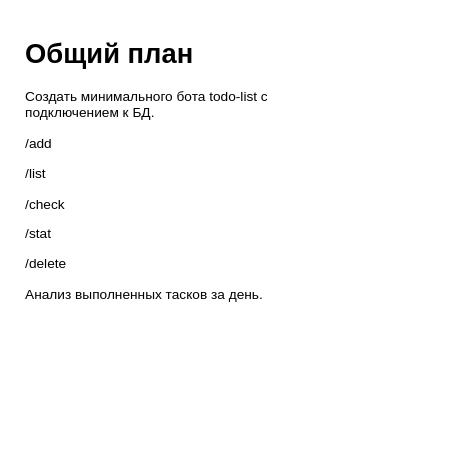
Before: page "Задача" (3 of 3) of todo-list arch.drawio in ArturGalimskyDeveloper/ToDoList, a draw.io diagram. Source tidied: cells renumbered, new cells numbered last; positions are measured from the earlier drawing's top-left corner, leaving out a move shared by most shapes. Both pictures are drawn from the tidied source at 114%, with x=0, y=0 at pixel (19, 31).
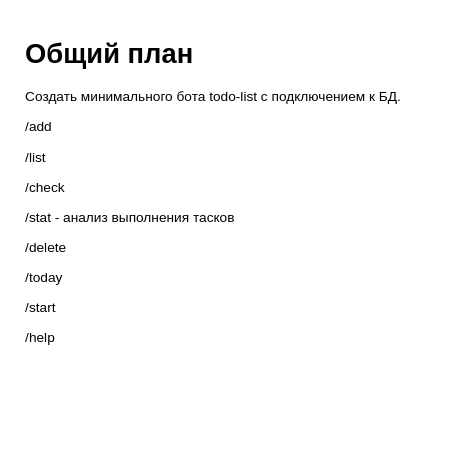
The same page after the edit.

Commit message (it also covers changes not shown here):
Alphabetical order in BotConnection, new commands Start, Help and Delete. Save and Delete methods in UserDataMapper.

Change to the diagram source:
```diff
@@
 <mxGraphModel>
   <root>
     <mxCell id="0" />
     <mxCell id="1" parent="0" />
-    <mxCell id="2" value="&lt;h1&gt;Общий план&lt;/h1&gt;&lt;p&gt;Создать минимального бота todo-list с подключением к БД.&lt;/p&gt;&lt;p&gt;/add&lt;/p&gt;&lt;p&gt;/list&lt;/p&gt;&lt;p&gt;/check&lt;/p&gt;&lt;p&gt;/stat&lt;/p&gt;&lt;p&gt;/delete&lt;/p&gt;&lt;p&gt;Анализ выполненных тасков за день.&lt;/p&gt;" style="text;html=1;strokeColor=none;fillColor=none;spacing=5;spacingTop=-20;whiteSpace=wrap;overflow=hidden;rounded=0;" parent="1" vertex="1">
-      <mxGeometry width="240" height="260" as="geometry" />
+    <mxCell id="2" value="&lt;h1&gt;Общий план&lt;/h1&gt;&lt;p&gt;Создать минимального бота todo-list с подключением к БД.&lt;/p&gt;&lt;p&gt;/add&lt;/p&gt;&lt;p&gt;/list&lt;/p&gt;&lt;p&gt;/check&lt;/p&gt;&lt;p&gt;/stat - анализ выполнения тасков&lt;/p&gt;&lt;p&gt;/delete&lt;/p&gt;&lt;p&gt;/today&lt;/p&gt;&lt;p&gt;/start&lt;/p&gt;&lt;p&gt;/help&lt;/p&gt;&lt;p&gt;&lt;br&gt;&lt;/p&gt;" style="text;html=1;strokeColor=none;fillColor=none;spacing=5;spacingTop=-20;whiteSpace=wrap;overflow=hidden;rounded=0;" parent="1" vertex="1">
+      <mxGeometry width="360" height="350" as="geometry" />
     </mxCell>
   </root>
 </mxGraphModel>
```
